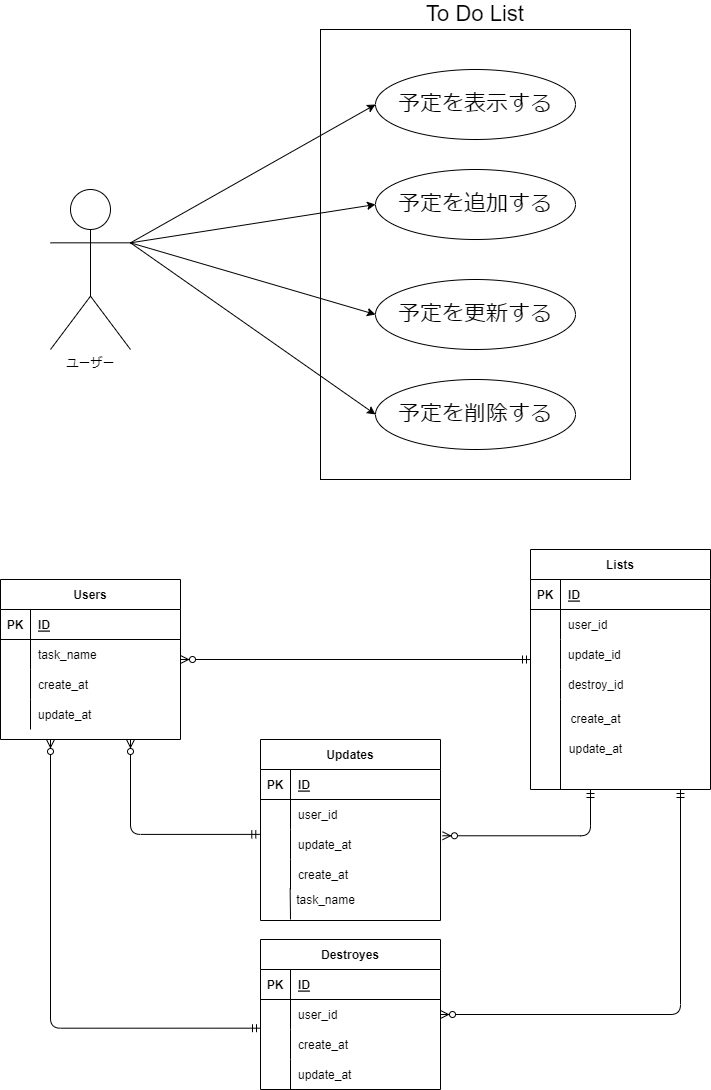
Before: ToDoList.drawio.png, a diagram exported from draw.io (hidepon503/CreateWebApp1). Source tidied: cells renumbered, new cells last; positions are measured from the earlier drawing's top-left corner, leaving out a move shared by most shapes.
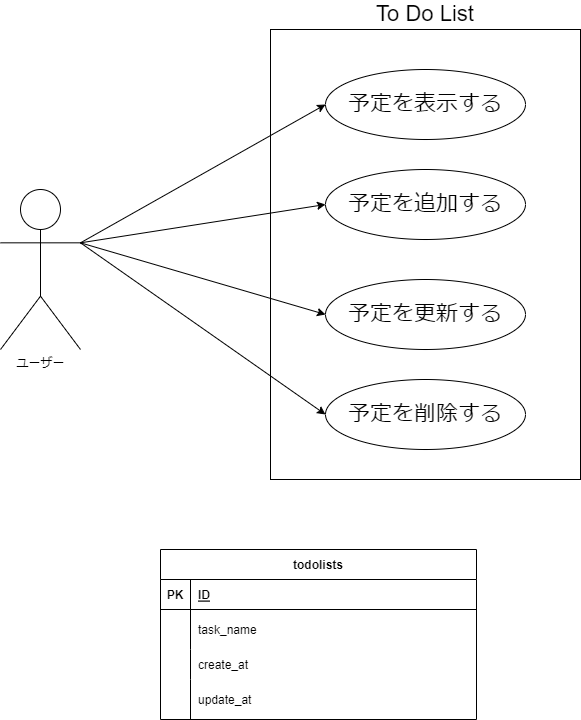
After the commit.

Change to the diagram source:
```diff
@@ -32,210 +32,44 @@
     <mxCell id="11" style="edgeStyle=none;html=1;exitX=1;exitY=0.3333333333333333;exitDx=0;exitDy=0;exitPerimeter=0;entryX=0;entryY=0.5;entryDx=0;entryDy=0;fontSize=22;" parent="1" edge="1" source="5" target="6">
       <mxGeometry relative="1" as="geometry" />
     </mxCell>
-    <mxCell id="12" value="Users" style="shape=table;startSize=30;rowLines=0;fontStyle=1;align=center;fontSize=12;" parent="1" vertex="1">
-      <mxGeometry y="550" width="180" height="160" as="geometry" />
-    </mxCell>
-    <mxCell id="13" style="shape=partialRectangle;fillColor=none;top=0;left=0;bottom=1;right=0;fontSize=12;" parent="12" vertex="1">
-      <mxGeometry y="30" width="180" height="30" as="geometry" />
-    </mxCell>
-    <mxCell id="14" value="PK" style="shape=partialRectangle;fillColor=none;top=0;left=0;bottom=0;right=0;fontStyle=1;overflow=hidden;fontSize=12;" parent="13" vertex="1">
-      <mxGeometry width="30" height="30" as="geometry" />
-    </mxCell>
-    <mxCell id="15" value="ID" style="shape=partialRectangle;fillColor=none;top=0;left=0;bottom=0;right=0;align=left;spacingLeft=6;fontStyle=5;overflow=hidden;fontSize=12;" parent="13" vertex="1">
-      <mxGeometry x="30" width="150" height="30" as="geometry" />
-    </mxCell>
-    <mxCell id="16" style="shape=partialRectangle;fillColor=none;top=0;left=0;bottom=0;right=0;fontSize=12;" parent="12" vertex="1">
-      <mxGeometry y="60" width="180" height="30" as="geometry" />
-    </mxCell>
-    <mxCell id="17" style="shape=partialRectangle;fillColor=none;top=0;left=0;bottom=0;right=0;overflow=hidden;fontSize=12;" parent="16" vertex="1">
-      <mxGeometry width="30" height="30" as="geometry" />
-    </mxCell>
-    <mxCell id="18" value="task_name" style="shape=partialRectangle;fillColor=none;top=0;left=0;bottom=0;right=0;align=left;spacingLeft=6;overflow=hidden;fontSize=12;" parent="16" vertex="1">
-      <mxGeometry x="30" width="150" height="30" as="geometry" />
-    </mxCell>
-    <mxCell id="19" style="shape=partialRectangle;fillColor=none;top=0;left=0;bottom=0;right=0;fontSize=12;" parent="12" vertex="1">
-      <mxGeometry y="90" width="180" height="30" as="geometry" />
-    </mxCell>
-    <mxCell id="20" style="shape=partialRectangle;fillColor=none;top=0;left=0;bottom=0;right=0;overflow=hidden;fontSize=12;" parent="19" vertex="1">
-      <mxGeometry width="30" height="30" as="geometry" />
-    </mxCell>
-    <mxCell id="21" value="create_at" style="shape=partialRectangle;fillColor=none;top=0;left=0;bottom=0;right=0;align=left;spacingLeft=6;overflow=hidden;fontSize=12;" parent="19" vertex="1">
-      <mxGeometry x="30" width="150" height="30" as="geometry" />
-    </mxCell>
-    <mxCell id="22" style="shape=partialRectangle;fillColor=none;top=0;left=0;bottom=0;right=0;fontSize=12;" parent="12" vertex="1">
-      <mxGeometry y="120" width="180" height="30" as="geometry" />
-    </mxCell>
-    <mxCell id="23" style="shape=partialRectangle;fillColor=none;top=0;left=0;bottom=0;right=0;overflow=hidden;fontSize=12;" parent="22" vertex="1">
-      <mxGeometry width="30" height="30" as="geometry" />
-    </mxCell>
-    <mxCell id="24" value="update_at" style="shape=partialRectangle;fillColor=none;top=0;left=0;bottom=0;right=0;align=left;spacingLeft=6;overflow=hidden;fontSize=12;" parent="22" vertex="1">
-      <mxGeometry x="30" width="150" height="30" as="geometry" />
-    </mxCell>
-    <mxCell id="25" value="Updates" style="shape=table;startSize=30;rowLines=0;fontStyle=1;align=center;fontSize=12;" parent="1" vertex="1">
-      <mxGeometry x="260" y="710" width="180" height="181" as="geometry" />
-    </mxCell>
-    <mxCell id="26" style="shape=partialRectangle;fillColor=none;top=0;left=0;bottom=1;right=0;fontSize=12;" parent="25" vertex="1">
-      <mxGeometry y="30" width="180" height="30" as="geometry" />
-    </mxCell>
-    <mxCell id="27" value="PK" style="shape=partialRectangle;fillColor=none;top=0;left=0;bottom=0;right=0;fontStyle=1;overflow=hidden;fontSize=12;" parent="26" vertex="1">
-      <mxGeometry width="30" height="30" as="geometry" />
-    </mxCell>
-    <mxCell id="28" value="ID" style="shape=partialRectangle;fillColor=none;top=0;left=0;bottom=0;right=0;align=left;spacingLeft=6;fontStyle=5;overflow=hidden;fontSize=12;" parent="26" vertex="1">
-      <mxGeometry x="30" width="150" height="30" as="geometry" />
-    </mxCell>
-    <mxCell id="29" style="shape=partialRectangle;fillColor=none;top=0;left=0;bottom=0;right=0;fontSize=12;" parent="25" vertex="1">
-      <mxGeometry y="60" width="180" height="30" as="geometry" />
-    </mxCell>
-    <mxCell id="30" style="shape=partialRectangle;fillColor=none;top=0;left=0;bottom=0;right=0;overflow=hidden;fontSize=12;" parent="29" vertex="1">
-      <mxGeometry width="30" height="30" as="geometry" />
-    </mxCell>
-    <mxCell id="31" value="user_id" style="shape=partialRectangle;fillColor=none;top=0;left=0;bottom=0;right=0;align=left;spacingLeft=6;overflow=hidden;fontSize=12;" parent="29" vertex="1">
-      <mxGeometry x="30" width="150" height="30" as="geometry" />
-    </mxCell>
-    <mxCell id="32" style="shape=partialRectangle;fillColor=none;top=0;left=0;bottom=0;right=0;points=[[0,0.5],[1,0.5]];portConstraint=eastwest;fontSize=12;" parent="25" vertex="1">
-      <mxGeometry y="90" width="180" height="30" as="geometry" />
-    </mxCell>
-    <mxCell id="33" style="shape=partialRectangle;fillColor=none;top=0;left=0;bottom=0;right=0;overflow=hidden;fontSize=12;" parent="32" vertex="1">
-      <mxGeometry width="30" height="30" as="geometry" />
-    </mxCell>
-    <mxCell id="34" value="update_at" style="shape=partialRectangle;fillColor=none;top=0;left=0;bottom=0;right=0;align=left;spacingLeft=6;overflow=hidden;fontSize=12;" parent="32" vertex="1">
-      <mxGeometry x="30" width="150" height="30" as="geometry" />
-    </mxCell>
-    <mxCell id="35" style="shape=partialRectangle;fillColor=none;top=0;left=0;bottom=0;right=0;fontSize=12;" parent="25" vertex="1">
-      <mxGeometry y="120" width="180" height="30" as="geometry" />
-    </mxCell>
-    <mxCell id="36" style="shape=partialRectangle;fillColor=none;top=0;left=0;bottom=0;right=0;overflow=hidden;fontSize=12;" parent="35" vertex="1">
-      <mxGeometry width="30" height="30" as="geometry" />
-    </mxCell>
-    <mxCell id="37" value="create_at" style="shape=partialRectangle;fillColor=none;top=0;left=0;bottom=0;right=0;align=left;spacingLeft=6;overflow=hidden;fontSize=12;" parent="35" vertex="1">
-      <mxGeometry x="30" width="150" height="30" as="geometry" />
-    </mxCell>
-    <mxCell id="38" value="Lists" style="shape=table;startSize=30;rowLines=0;fontStyle=1;align=center;fontSize=12;" parent="1" vertex="1">
-      <mxGeometry x="530" y="520" width="180" height="240" as="geometry" />
+    <mxCell id="38" value="todolists" style="shape=table;startSize=30;rowLines=0;fontStyle=1;align=center;fontSize=12;" parent="1" vertex="1">
+      <mxGeometry x="210" y="520" width="316" height="170" as="geometry" />
     </mxCell>
     <mxCell id="39" style="shape=partialRectangle;fillColor=none;top=0;left=0;bottom=1;right=0;fontSize=12;" parent="38" vertex="1">
-      <mxGeometry y="30" width="180" height="30" as="geometry" />
+      <mxGeometry y="30" width="316" height="30" as="geometry" />
     </mxCell>
     <mxCell id="40" value="PK" style="shape=partialRectangle;fillColor=none;top=0;left=0;bottom=0;right=0;fontStyle=1;overflow=hidden;fontSize=12;" parent="39" vertex="1">
       <mxGeometry width="30" height="30" as="geometry" />
     </mxCell>
     <mxCell id="41" value="ID" style="shape=partialRectangle;fillColor=none;top=0;left=0;bottom=0;right=0;align=left;spacingLeft=6;fontStyle=5;overflow=hidden;fontSize=12;" parent="39" vertex="1">
-      <mxGeometry x="30" width="150" height="30" as="geometry" />
+      <mxGeometry x="30" width="286" height="30" as="geometry" />
     </mxCell>
     <mxCell id="42" style="shape=partialRectangle;fillColor=none;top=0;left=0;bottom=0;right=0;fontSize=12;" parent="38" vertex="1">
-      <mxGeometry y="60" width="180" height="30" as="geometry" />
+      <mxGeometry y="60" width="316" height="40" as="geometry" />
     </mxCell>
     <mxCell id="43" style="shape=partialRectangle;fillColor=none;top=0;left=0;bottom=0;right=0;overflow=hidden;fontSize=12;" parent="42" vertex="1">
-      <mxGeometry width="30" height="30" as="geometry" />
+      <mxGeometry width="30" height="40" as="geometry" />
     </mxCell>
-    <mxCell id="44" value="user_id" style="shape=partialRectangle;fillColor=none;top=0;left=0;bottom=0;right=0;align=left;spacingLeft=6;overflow=hidden;fontSize=12;" parent="42" vertex="1">
-      <mxGeometry x="30" width="150" height="30" as="geometry" />
+    <mxCell id="44" value="task_name" style="shape=partialRectangle;fillColor=none;top=0;left=0;bottom=0;right=0;align=left;spacingLeft=6;overflow=hidden;fontSize=12;" parent="42" vertex="1">
+      <mxGeometry x="30" width="286" height="40" as="geometry" />
     </mxCell>
     <mxCell id="45" style="shape=partialRectangle;fillColor=none;top=0;left=0;bottom=0;right=0;fontSize=12;" parent="38" vertex="1">
-      <mxGeometry y="90" width="180" height="30" as="geometry" />
+      <mxGeometry y="100" width="316" height="30" as="geometry" />
     </mxCell>
     <mxCell id="46" style="shape=partialRectangle;fillColor=none;top=0;left=0;bottom=0;right=0;overflow=hidden;fontSize=12;" parent="45" vertex="1">
       <mxGeometry width="30" height="30" as="geometry" />
     </mxCell>
-    <mxCell id="47" value="update_id" style="shape=partialRectangle;fillColor=none;top=0;left=0;bottom=0;right=0;align=left;spacingLeft=6;overflow=hidden;fontSize=12;" parent="45" vertex="1">
-      <mxGeometry x="30" width="150" height="30" as="geometry" />
+    <mxCell id="47" value="create_at" style="shape=partialRectangle;fillColor=none;top=0;left=0;bottom=0;right=0;align=left;spacingLeft=6;overflow=hidden;fontSize=12;" parent="45" vertex="1">
+      <mxGeometry x="30" width="286" height="30" as="geometry" />
     </mxCell>
     <mxCell id="48" style="shape=partialRectangle;fillColor=none;top=0;left=0;bottom=0;right=0;fontSize=12;" parent="38" vertex="1">
-      <mxGeometry y="120" width="180" height="30" as="geometry" />
+      <mxGeometry y="130" width="316" height="40" as="geometry" />
     </mxCell>
     <mxCell id="49" style="shape=partialRectangle;fillColor=none;top=0;left=0;bottom=0;right=0;overflow=hidden;fontSize=12;" parent="48" vertex="1">
-      <mxGeometry width="30" height="30" as="geometry" />
+      <mxGeometry width="30" height="40" as="geometry" />
     </mxCell>
-    <mxCell id="50" value="destroy_id" style="shape=partialRectangle;fillColor=none;top=0;left=0;bottom=0;right=0;align=left;spacingLeft=6;overflow=hidden;fontSize=12;" parent="48" vertex="1">
-      <mxGeometry x="30" width="150" height="30" as="geometry" />
+    <mxCell id="50" value="update_at" style="shape=partialRectangle;fillColor=none;top=0;left=0;bottom=0;right=0;align=left;spacingLeft=6;overflow=hidden;fontSize=12;" parent="48" vertex="1">
+      <mxGeometry x="30" width="286" height="40" as="geometry" />
     </mxCell>
-    <mxCell id="51" value="Destroyes" style="shape=table;startSize=30;rowLines=0;fontStyle=1;align=center;fontSize=12;" parent="1" vertex="1">
-      <mxGeometry x="260" y="910" width="180" height="150" as="geometry" />
-    </mxCell>
-    <mxCell id="52" style="shape=partialRectangle;fillColor=none;top=0;left=0;bottom=1;right=0;fontSize=12;" parent="51" vertex="1">
-      <mxGeometry y="30" width="180" height="30" as="geometry" />
-    </mxCell>
-    <mxCell id="53" value="PK" style="shape=partialRectangle;fillColor=none;top=0;left=0;bottom=0;right=0;fontStyle=1;overflow=hidden;fontSize=12;" parent="52" vertex="1">
-      <mxGeometry width="30" height="30" as="geometry" />
-    </mxCell>
-    <mxCell id="54" value="ID" style="shape=partialRectangle;fillColor=none;top=0;left=0;bottom=0;right=0;align=left;spacingLeft=6;fontStyle=5;overflow=hidden;fontSize=12;" parent="52" vertex="1">
-      <mxGeometry x="30" width="150" height="30" as="geometry" />
-    </mxCell>
-    <mxCell id="55" style="shape=partialRectangle;fillColor=none;top=0;left=0;bottom=0;right=0;fontSize=12;" parent="51" vertex="1">
-      <mxGeometry y="60" width="180" height="30" as="geometry" />
-    </mxCell>
-    <mxCell id="56" style="shape=partialRectangle;fillColor=none;top=0;left=0;bottom=0;right=0;overflow=hidden;fontSize=12;" parent="55" vertex="1">
-      <mxGeometry width="30" height="30" as="geometry" />
-    </mxCell>
-    <mxCell id="57" value="user_id" style="shape=partialRectangle;fillColor=none;top=0;left=0;bottom=0;right=0;align=left;spacingLeft=6;overflow=hidden;fontSize=12;" parent="55" vertex="1">
-      <mxGeometry x="30" width="150" height="30" as="geometry" />
-    </mxCell>
-    <mxCell id="58" style="shape=partialRectangle;fillColor=none;top=0;left=0;bottom=0;right=0;points=[[0,0.5],[1,0.5]];portConstraint=eastwest;fontSize=12;" parent="51" vertex="1">
-      <mxGeometry y="90" width="180" height="30" as="geometry" />
-    </mxCell>
-    <mxCell id="59" style="shape=partialRectangle;fillColor=none;top=0;left=0;bottom=0;right=0;overflow=hidden;fontSize=12;" parent="58" vertex="1">
-      <mxGeometry width="30" height="30" as="geometry" />
-    </mxCell>
-    <mxCell id="60" value="create_at" style="shape=partialRectangle;fillColor=none;top=0;left=0;bottom=0;right=0;align=left;spacingLeft=6;overflow=hidden;fontSize=12;" parent="58" vertex="1">
-      <mxGeometry x="30" width="150" height="30" as="geometry" />
-    </mxCell>
-    <mxCell id="61" style="shape=partialRectangle;fillColor=none;top=0;left=0;bottom=0;right=0;fontSize=12;" parent="51" vertex="1">
-      <mxGeometry y="120" width="180" height="30" as="geometry" />
-    </mxCell>
-    <mxCell id="62" style="shape=partialRectangle;fillColor=none;top=0;left=0;bottom=0;right=0;overflow=hidden;fontSize=12;" parent="61" vertex="1">
-      <mxGeometry width="30" height="30" as="geometry" />
-    </mxCell>
-    <mxCell id="63" value="update_at" style="shape=partialRectangle;fillColor=none;top=0;left=0;bottom=0;right=0;align=left;spacingLeft=6;overflow=hidden;fontSize=12;" parent="61" vertex="1">
-      <mxGeometry x="30" width="150" height="30" as="geometry" />
-    </mxCell>
-    <mxCell id="64" value="create_at" style="text;html=1;align=center;verticalAlign=middle;strokeColor=none;fillColor=none;fontSize=12;" parent="1" vertex="1">
-      <mxGeometry x="560" y="680" width="70" height="20" as="geometry" />
-    </mxCell>
-    <mxCell id="65" value="update_at" style="text;html=1;align=center;verticalAlign=middle;strokeColor=none;fillColor=none;fontSize=12;" parent="1" vertex="1">
-      <mxGeometry x="560" y="710" width="70" height="20" as="geometry" />
-    </mxCell>
-    <mxCell id="66" style="endArrow=none;html=1;rounded=0;fontSize=12;" parent="1" edge="1">
-      <mxGeometry relative="1" as="geometry">
-        <mxPoint x="560" y="670" as="sourcePoint" />
-        <mxPoint x="560" y="760" as="targetPoint" />
-      </mxGeometry>
-    </mxCell>
-    <mxCell id="67" style="fontSize=12;html=1;endArrow=ERzeroToMany;endFill=1;startArrow=ERmandOne;startFill=0;" parent="1" edge="1">
-      <mxGeometry relative="1" as="geometry">
-        <mxPoint x="530" y="630" as="sourcePoint" />
-        <mxPoint x="180" y="630" as="targetPoint" />
-      </mxGeometry>
-    </mxCell>
-    <mxCell id="68" value="task_name" style="text;html=1;align=center;verticalAlign=middle;points=[];strokeColor=none;fillColor=none;fontSize=12;" parent="1" vertex="1">
-      <mxGeometry x="290" y="861" width="70" height="20" as="geometry" />
-    </mxCell>
-    <mxCell id="69" style="fontSize=12;html=1;endArrow=ERzeroToMany;endFill=1;startArrow=ERmandOne;startFill=0;exitX=0;exitY=-0.044;exitDx=0;exitDy=0;exitPerimeter=0;edgeStyle=orthogonalEdgeStyle;" parent="1" edge="1" source="58">
-      <mxGeometry relative="1" as="geometry">
-        <mxPoint x="50" y="710" as="targetPoint" />
-      </mxGeometry>
-    </mxCell>
-    <mxCell id="70" style="fontSize=12;html=1;endArrow=ERzeroToMany;endFill=1;startArrow=ERmandOne;startFill=0;exitX=-0.004;exitY=0.163;exitDx=0;exitDy=0;exitPerimeter=0;edgeStyle=orthogonalEdgeStyle;" parent="1" edge="1" source="32">
-      <mxGeometry relative="1" as="geometry">
-        <mxPoint x="130" y="710" as="targetPoint" />
-      </mxGeometry>
-    </mxCell>
-    <mxCell id="71" style="fontSize=12;html=1;endArrow=ERzeroToMany;endFill=1;startArrow=ERmandOne;startFill=0;entryX=1;entryY=0.5;entryDx=0;entryDy=0;edgeStyle=orthogonalEdgeStyle;" parent="1" edge="1" target="51">
-      <mxGeometry relative="1" as="geometry">
-        <mxPoint x="680" y="760" as="sourcePoint" />
-        <Array as="points">
-          <mxPoint x="680" y="985" />
-        </Array>
-      </mxGeometry>
-    </mxCell>
-    <mxCell id="72" style="fontSize=12;html=1;endArrow=ERzeroToMany;endFill=1;startArrow=ERmandOne;startFill=0;edgeStyle=orthogonalEdgeStyle;entryX=1.011;entryY=0.209;entryDx=0;entryDy=0;entryPerimeter=0;" parent="1" edge="1" target="32">
-      <mxGeometry relative="1" as="geometry">
-        <mxPoint x="590" y="760" as="sourcePoint" />
-      </mxGeometry>
-    </mxCell>
-    <mxCell id="73" style="endArrow=none;html=1;rounded=0;fontSize=12;exitX=-0.005;exitY=-0.116;exitDx=0;exitDy=0;exitPerimeter=0;" parent="1" edge="1" source="68">
-      <mxGeometry relative="1" as="geometry">
-        <mxPoint x="290" y="890" as="targetPoint" />
-      </mxGeometry>
-    </mxCell>
   </root>
 </mxGraphModel>
```
